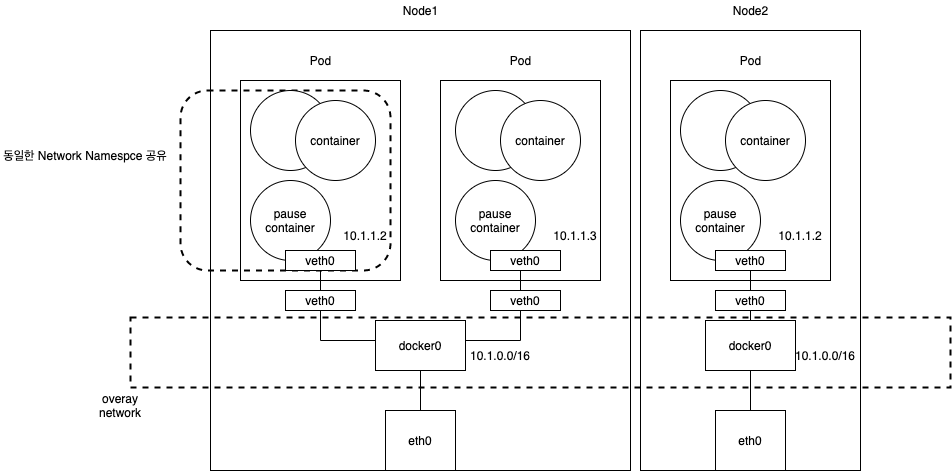
The draw.io diagram assets/img/k8s-network.png in ppyong/ppyong.github.io, before a commit. Source tidied: cells renumbered, new cells last; positions are measured from the earlier drawing's top-left corner, leaving out a move shared by most shapes.
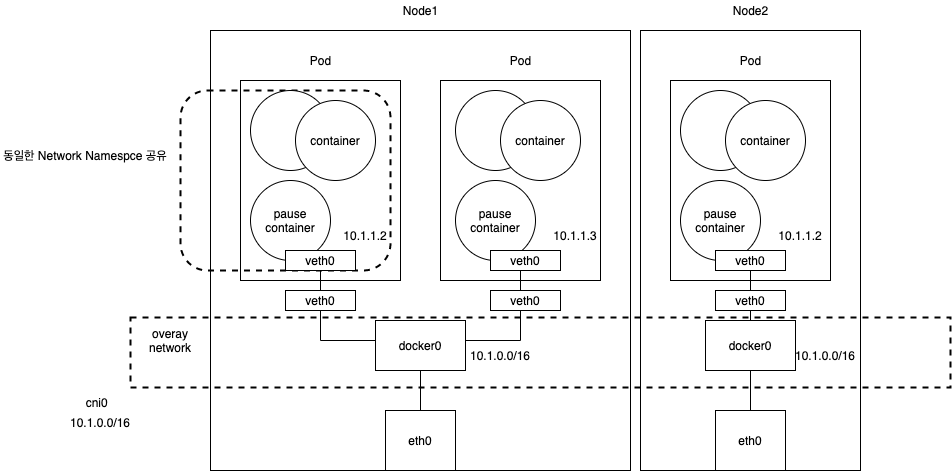
Above is the later version.

The edit, as a diff of the source:
```diff
@@ -123,7 +123,13 @@
       <mxGeometry x="130" y="317" width="820" height="70" as="geometry" />
     </mxCell>
     <mxCell id="42" value="overay network" style="text;html=1;strokeColor=none;fillColor=none;align=center;verticalAlign=middle;whiteSpace=wrap;rounded=0;dashed=1;" parent="1" vertex="1">
-      <mxGeometry x="90" y="390" width="60" height="30" as="geometry" />
+      <mxGeometry x="140" y="325" width="60" height="30" as="geometry" />
     </mxCell>
+    <mxCell id="43" value="&amp;nbsp;cni0" style="text;html=1;strokeColor=none;fillColor=none;align=center;verticalAlign=middle;whiteSpace=wrap;rounded=0;dashed=1;" parent="1" vertex="1">
+      <mxGeometry x="65" y="387" width="60" height="30" as="geometry" />
+    </mxCell>
+    <mxCell id="44" value="10.1.0.0/16" style="text;html=1;strokeColor=none;fillColor=none;align=center;verticalAlign=middle;whiteSpace=wrap;rounded=0;" parent="1" vertex="1">
+      <mxGeometry x="70" y="407" width="60" height="30" as="geometry" />
+    </mxCell>
   </root>
 </mxGraphModel>
```
